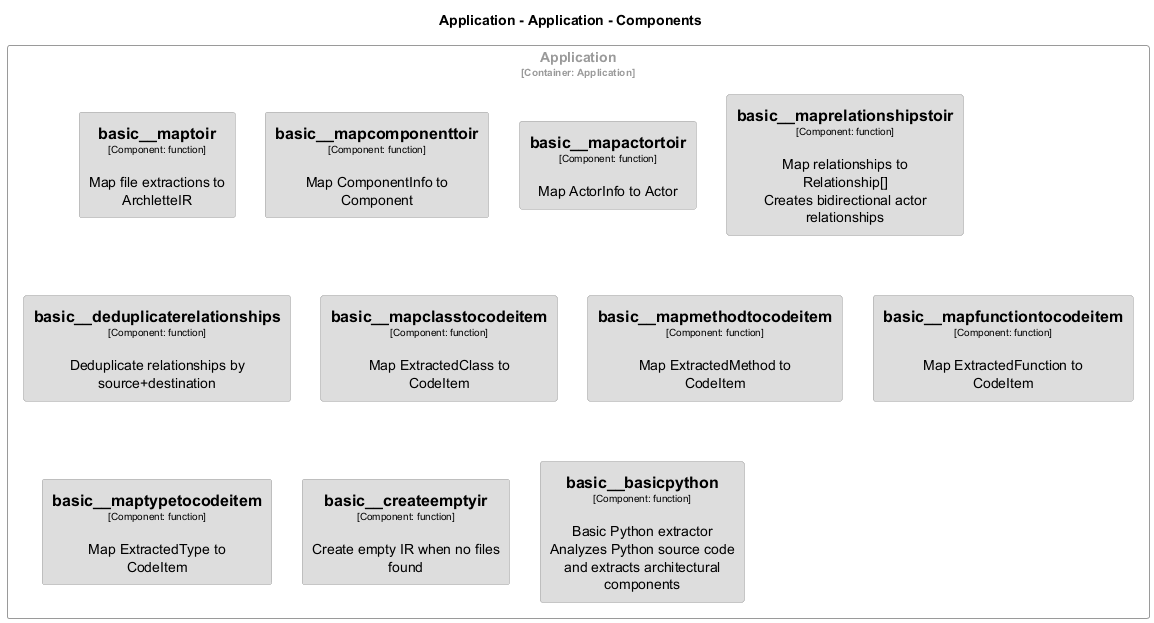
Above: docs/architecture/diagrams/structurizr-Classes_default_container__basic.png in chrislyons-dev/archlette (PlantUML), before the change. Source of this version:
```plantuml
@startuml
set separator none
title Application - Application - Components

top to bottom direction
skinparam ranksep 60
skinparam nodesep 30

skinparam {
  arrowFontSize 10
  defaultTextAlignment center
  wrapWidth 200
  maxMessageSize 100
}

hide stereotype

skinparam rectangle<<Application.Application.basic__basicpython>> {
  BackgroundColor #dddddd
  FontColor #000000
  BorderColor #9a9a9a
  shadowing false
}
skinparam rectangle<<Application.Application.basic__createemptyir>> {
  BackgroundColor #dddddd
  FontColor #000000
  BorderColor #9a9a9a
  shadowing false
}
skinparam rectangle<<Application.Application.basic__deduplicaterelationships>> {
  BackgroundColor #dddddd
  FontColor #000000
  BorderColor #9a9a9a
  shadowing false
}
skinparam rectangle<<Application.Application.basic__mapactortoir>> {
  BackgroundColor #dddddd
  FontColor #000000
  BorderColor #9a9a9a
  shadowing false
}
skinparam rectangle<<Application.Application.basic__mapclasstocodeitem>> {
  BackgroundColor #dddddd
  FontColor #000000
  BorderColor #9a9a9a
  shadowing false
}
skinparam rectangle<<Application.Application.basic__mapcomponenttoir>> {
  BackgroundColor #dddddd
  FontColor #000000
  BorderColor #9a9a9a
  shadowing false
}
skinparam rectangle<<Application.Application.basic__mapfunctiontocodeitem>> {
  BackgroundColor #dddddd
  FontColor #000000
  BorderColor #9a9a9a
  shadowing false
}
skinparam rectangle<<Application.Application.basic__mapmethodtocodeitem>> {
  BackgroundColor #dddddd
  FontColor #000000
  BorderColor #9a9a9a
  shadowing false
}
skinparam rectangle<<Application.Application.basic__maprelationshipstoir>> {
  BackgroundColor #dddddd
  FontColor #000000
  BorderColor #9a9a9a
  shadowing false
}
skinparam rectangle<<Application.Application.basic__maptoir>> {
  BackgroundColor #dddddd
  FontColor #000000
  BorderColor #9a9a9a
  shadowing false
}
skinparam rectangle<<Application.Application.basic__maptypetocodeitem>> {
  BackgroundColor #dddddd
  FontColor #000000
  BorderColor #9a9a9a
  shadowing false
}
skinparam rectangle<<Application.Application>> {
  BorderColor #9a9a9a
  FontColor #9a9a9a
  shadowing false
}

rectangle "Application\n<size:10>[Container: Application]</size>" <<Application.Application>> {
  rectangle "==basic__maptoir\n<size:10>[Component: function]</size>\n\nMap file extractions to ArchletteIR" <<Application.Application.basic__maptoir>> as Application.Application.basic__maptoir
  rectangle "==basic__mapcomponenttoir\n<size:10>[Component: function]</size>\n\nMap ComponentInfo to Component" <<Application.Application.basic__mapcomponenttoir>> as Application.Application.basic__mapcomponenttoir
  rectangle "==basic__mapactortoir\n<size:10>[Component: function]</size>\n\nMap ActorInfo to Actor" <<Application.Application.basic__mapactortoir>> as Application.Application.basic__mapactortoir
  rectangle "==basic__maprelationshipstoir\n<size:10>[Component: function]</size>\n\nMap relationships to Relationship[]\nCreates bidirectional actor relationships" <<Application.Application.basic__maprelationshipstoir>> as Application.Application.basic__maprelationshipstoir
  rectangle "==basic__deduplicaterelationships\n<size:10>[Component: function]</size>\n\nDeduplicate relationships by source+destination" <<Application.Application.basic__deduplicaterelationships>> as Application.Application.basic__deduplicaterelationships
  rectangle "==basic__mapclasstocodeitem\n<size:10>[Component: function]</size>\n\nMap ExtractedClass to CodeItem" <<Application.Application.basic__mapclasstocodeitem>> as Application.Application.basic__mapclasstocodeitem
  rectangle "==basic__mapmethodtocodeitem\n<size:10>[Component: function]</size>\n\nMap ExtractedMethod to CodeItem" <<Application.Application.basic__mapmethodtocodeitem>> as Application.Application.basic__mapmethodtocodeitem
  rectangle "==basic__mapfunctiontocodeitem\n<size:10>[Component: function]</size>\n\nMap ExtractedFunction to CodeItem" <<Application.Application.basic__mapfunctiontocodeitem>> as Application.Application.basic__mapfunctiontocodeitem
  rectangle "==basic__maptypetocodeitem\n<size:10>[Component: function]</size>\n\nMap ExtractedType to CodeItem" <<Application.Application.basic__maptypetocodeitem>> as Application.Application.basic__maptypetocodeitem
  rectangle "==basic__createemptyir\n<size:10>[Component: function]</size>\n\nCreate empty IR when no files found" <<Application.Application.basic__createemptyir>> as Application.Application.basic__createemptyir
  rectangle "==basic__basicpython\n<size:10>[Component: function]</size>\n\nBasic Python extractor\nAnalyzes Python source code and extracts architectural components" <<Application.Application.basic__basicpython>> as Application.Application.basic__basicpython
}

@enduml
```
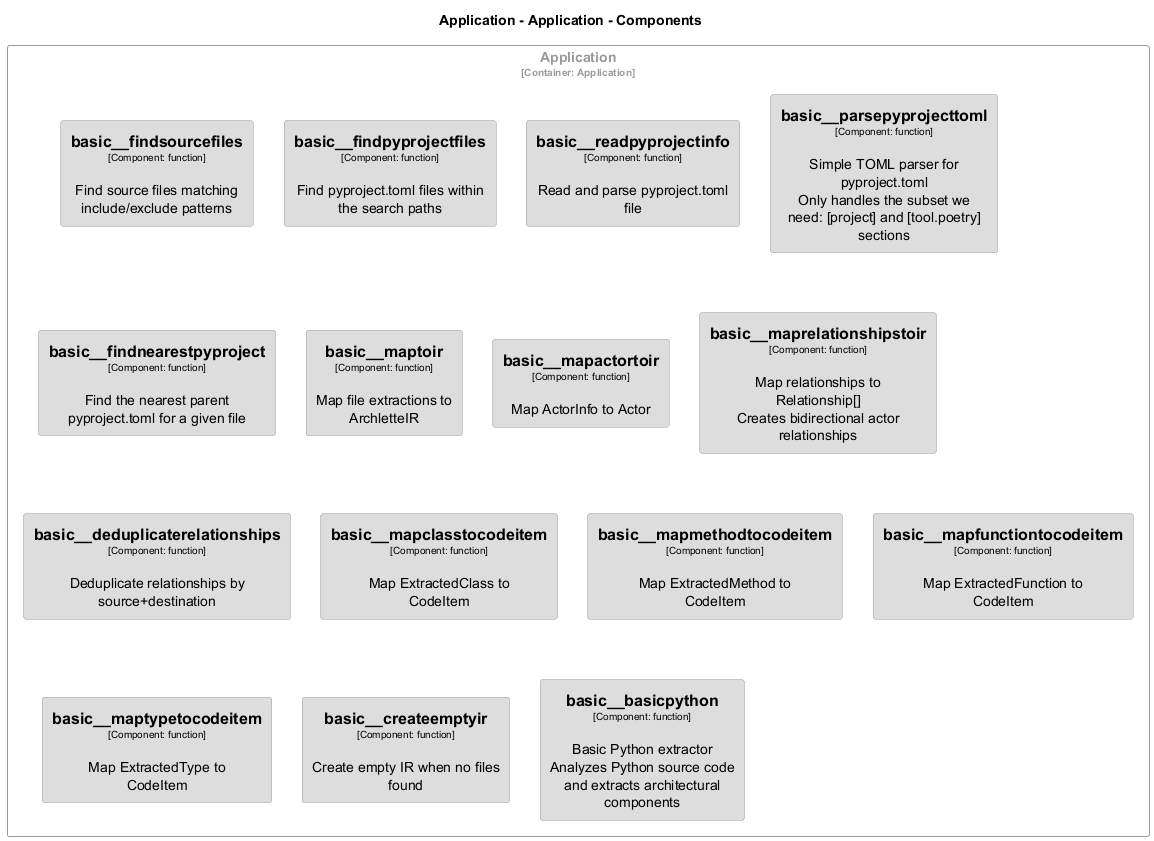
Later version of the same file.

Diff of the diagram source:
```diff
@@ -33,6 +33,24 @@
   BorderColor #9a9a9a
   shadowing false
 }
+skinparam rectangle<<Application.Application.basic__findnearestpyproject>> {
+  BackgroundColor #dddddd
+  FontColor #000000
+  BorderColor #9a9a9a
+  shadowing false
+}
+skinparam rectangle<<Application.Application.basic__findpyprojectfiles>> {
+  BackgroundColor #dddddd
+  FontColor #000000
+  BorderColor #9a9a9a
+  shadowing false
+}
+skinparam rectangle<<Application.Application.basic__findsourcefiles>> {
+  BackgroundColor #dddddd
+  FontColor #000000
+  BorderColor #9a9a9a
+  shadowing false
+}
 skinparam rectangle<<Application.Application.basic__mapactortoir>> {
   BackgroundColor #dddddd
   FontColor #000000
@@ -40,12 +58,6 @@
   shadowing false
 }
 skinparam rectangle<<Application.Application.basic__mapclasstocodeitem>> {
-  BackgroundColor #dddddd
-  FontColor #000000
-  BorderColor #9a9a9a
-  shadowing false
-}
-skinparam rectangle<<Application.Application.basic__mapcomponenttoir>> {
   BackgroundColor #dddddd
   FontColor #000000
   BorderColor #9a9a9a
@@ -81,6 +93,18 @@
   BorderColor #9a9a9a
   shadowing false
 }
+skinparam rectangle<<Application.Application.basic__parsepyprojecttoml>> {
+  BackgroundColor #dddddd
+  FontColor #000000
+  BorderColor #9a9a9a
+  shadowing false
+}
+skinparam rectangle<<Application.Application.basic__readpyprojectinfo>> {
+  BackgroundColor #dddddd
+  FontColor #000000
+  BorderColor #9a9a9a
+  shadowing false
+}
 skinparam rectangle<<Application.Application>> {
   BorderColor #9a9a9a
   FontColor #9a9a9a
@@ -88,8 +112,12 @@
 }
 
 rectangle "Application\n<size:10>[Container: Application]</size>" <<Application.Application>> {
+  rectangle "==basic__findsourcefiles\n<size:10>[Component: function]</size>\n\nFind source files matching include/exclude patterns" <<Application.Application.basic__findsourcefiles>> as Application.Application.basic__findsourcefiles
+  rectangle "==basic__findpyprojectfiles\n<size:10>[Component: function]</size>\n\nFind pyproject.toml files within the search paths" <<Application.Application.basic__findpyprojectfiles>> as Application.Application.basic__findpyprojectfiles
+  rectangle "==basic__readpyprojectinfo\n<size:10>[Component: function]</size>\n\nRead and parse pyproject.toml file" <<Application.Application.basic__readpyprojectinfo>> as Application.Application.basic__readpyprojectinfo
+  rectangle "==basic__parsepyprojecttoml\n<size:10>[Component: function]</size>\n\nSimple TOML parser for pyproject.toml\nOnly handles the subset we need: [project] and [tool.poetry] sections" <<Application.Application.basic__parsepyprojecttoml>> as Application.Application.basic__parsepyprojecttoml
+  rectangle "==basic__findnearestpyproject\n<size:10>[Component: function]</size>\n\nFind the nearest parent pyproject.toml for a given file" <<Application.Application.basic__findnearestpyproject>> as Application.Application.basic__findnearestpyproject
   rectangle "==basic__maptoir\n<size:10>[Component: function]</size>\n\nMap file extractions to ArchletteIR" <<Application.Application.basic__maptoir>> as Application.Application.basic__maptoir
-  rectangle "==basic__mapcomponenttoir\n<size:10>[Component: function]</size>\n\nMap ComponentInfo to Component" <<Application.Application.basic__mapcomponenttoir>> as Application.Application.basic__mapcomponenttoir
   rectangle "==basic__mapactortoir\n<size:10>[Component: function]</size>\n\nMap ActorInfo to Actor" <<Application.Application.basic__mapactortoir>> as Application.Application.basic__mapactortoir
   rectangle "==basic__maprelationshipstoir\n<size:10>[Component: function]</size>\n\nMap relationships to Relationship[]\nCreates bidirectional actor relationships" <<Application.Application.basic__maprelationshipstoir>> as Application.Application.basic__maprelationshipstoir
   rectangle "==basic__deduplicaterelationships\n<size:10>[Component: function]</size>\n\nDeduplicate relationships by source+destination" <<Application.Application.basic__deduplicaterelationships>> as Application.Application.basic__deduplicaterelationships
```
